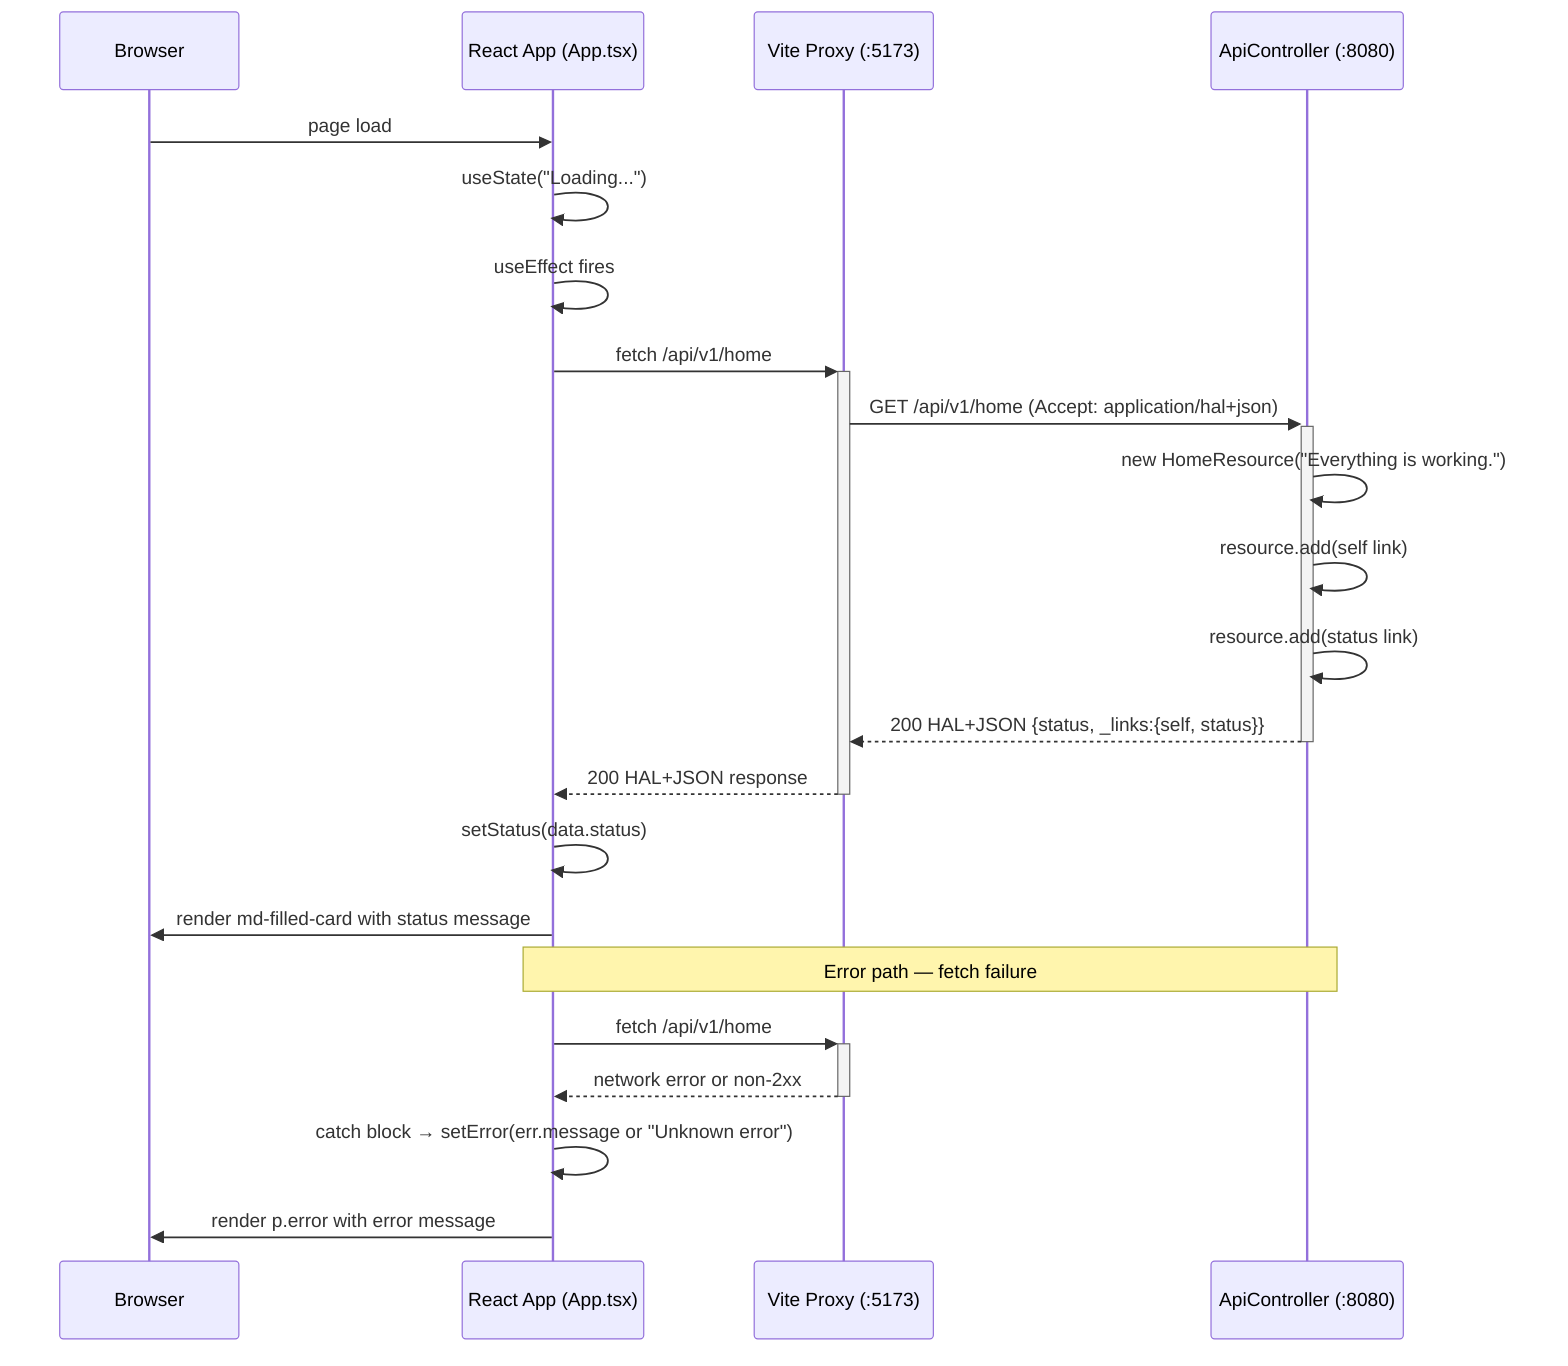
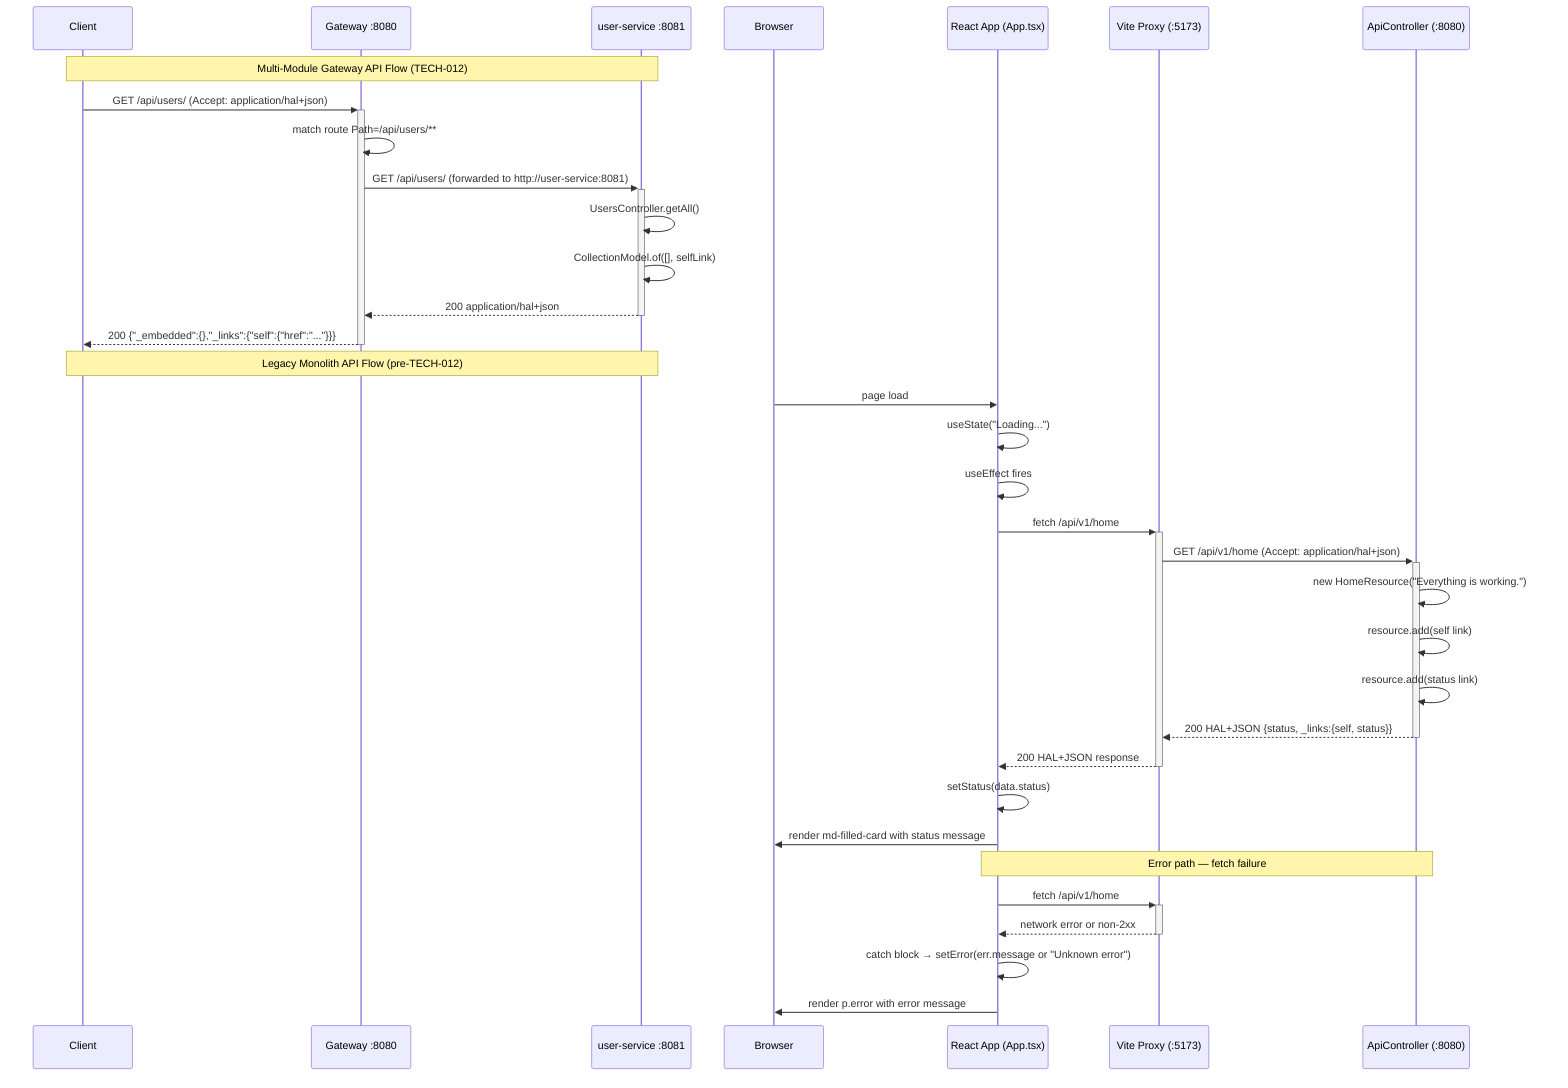
sequenceDiagram
+     participant Client
+     participant GW as Gateway :8080
+     participant SCS as user-service :8081
+ 
+     Note over Client,SCS: Multi-Module Gateway API Flow (TECH-012)
+     Client->>+GW: GET /api/users/ (Accept: application/hal+json)
+     GW->>GW: match route Path=/api/users/**
+     GW->>+SCS: GET /api/users/ (forwarded to http://user-service:8081)
+     SCS->>SCS: UsersController.getAll()
+     SCS->>SCS: CollectionModel.of([], selfLink)
+     SCS-->>-GW: 200 application/hal+json
+     GW-->>-Client: 200 {"_embedded":{},"_links":{"self":{"href":"..."}}}
+ 
+     Note over Client,SCS: Legacy Monolith API Flow (pre-TECH-012)
    participant Browser
    participant React as React App (App.tsx)
    participant ViteProxy as Vite Proxy (:5173)
    participant API as ApiController (:8080)

    Browser->>React: page load
    React->>React: useState("Loading...")
    React->>React: useEffect fires

    React->>+ViteProxy: fetch /api/v1/home
    ViteProxy->>+API: GET /api/v1/home (Accept: application/hal+json)
    API->>API: new HomeResource("Everything is working.")
    API->>API: resource.add(self link)
    API->>API: resource.add(status link)
    API-->>-ViteProxy: 200 HAL+JSON {status, _links:{self, status}}
    ViteProxy-->>-React: 200 HAL+JSON response

    React->>React: setStatus(data.status)
    React->>Browser: render md-filled-card with status message

    note over React,API: Error path — fetch failure
    React->>+ViteProxy: fetch /api/v1/home
    ViteProxy-->>-React: network error or non-2xx
    React->>React: catch block → setError(err.message or "Unknown error")
    React->>Browser: render p.error with error message
